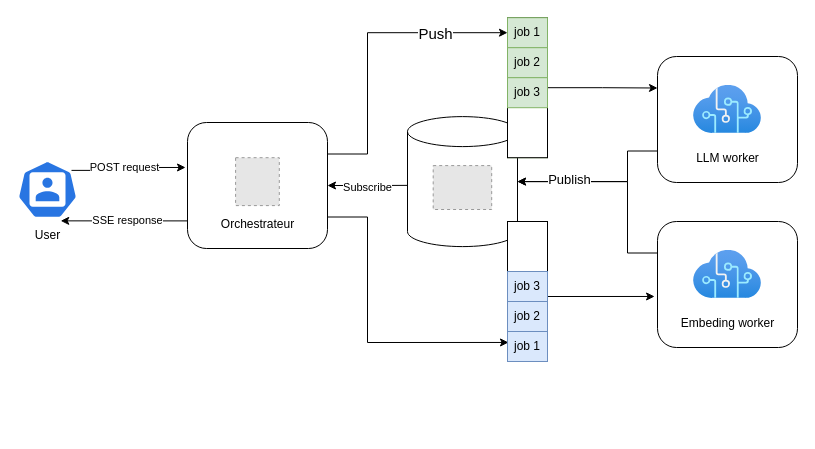
LucasSovre/llmops-k8 keeps this draw.io diagram as doc/architecture.drawio. Above is the earlier version. Source tidied: cells renumbered, new cells numbered last; positions are measured from the earlier drawing's top-left corner, leaving out a move shared by most shapes. Both pictures are drawn from the tidied source at 100%, with x=0, y=0 at pixel (17, 17). Pictures stored in the file or linked from it are replaced by grey dashed boxes.
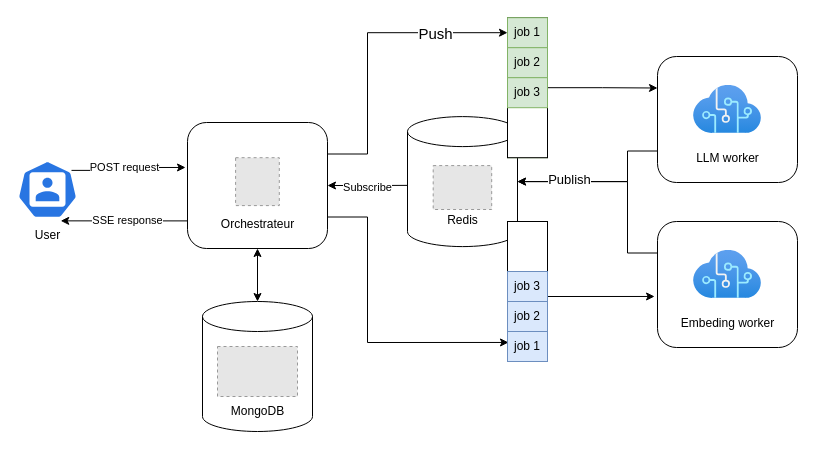
After the change.

The change refers to these unchanged cells:
```xml
<mxCell id="6" style="rounded=1;whiteSpace=wrap;html=1;" parent="1" vertex="1">
  <mxGeometry x="170" y="105" width="140" height="126" as="geometry" />
</mxCell>
```

Change to the diagram source:
```diff
@@
+    <mxCell id="40" value="Redis" style="text;html=1;align=center;verticalAlign=middle;strokeColor=none;fillColor=none;" parent="1" vertex="1">
+      <mxGeometry x="420" y="188.1" width="50" height="30" as="geometry" />
+    </mxCell>
+    <mxCell id="41" style="edgeStyle=orthogonalEdgeStyle;rounded=0;jettySize=auto;html=1;entryX=0.5;entryY=0;entryDx=0;entryDy=0;entryPerimeter=0;startArrow=classic;startFill=1;" parent="1" edge="1" source="6" target="43">
+      <mxGeometry relative="1" as="geometry" />
+    </mxCell>
+    <mxCell id="42" style="group;" parent="1" vertex="1">
+      <mxGeometry x="185" y="284" width="110" height="130" as="geometry" />
+    </mxCell>
+    <mxCell id="43" style="shape=cylinder3;whiteSpace=wrap;html=1;boundedLbl=1;backgroundOutline=1;size=15;" parent="42" vertex="1">
+      <mxGeometry width="110" height="130" as="geometry" />
+    </mxCell>
+    <mxCell id="44" style="fillColor=#E6E6E6;strokeColor=#999999;dashed=1;verticalLabelPosition=bottom;labelBackgroundColor=default;verticalAlign=top;" parent="42" vertex="1">
+      <mxGeometry x="15" y="45" width="80" height="50" as="geometry" />
+    </mxCell>
+    <mxCell id="45" value="MongoDB" style="text;html=1;align=center;verticalAlign=middle;strokeColor=none;fillColor=none;" parent="42" vertex="1">
+      <mxGeometry x="15" y="95" width="80" height="30" as="geometry" />
+    </mxCell>
```
